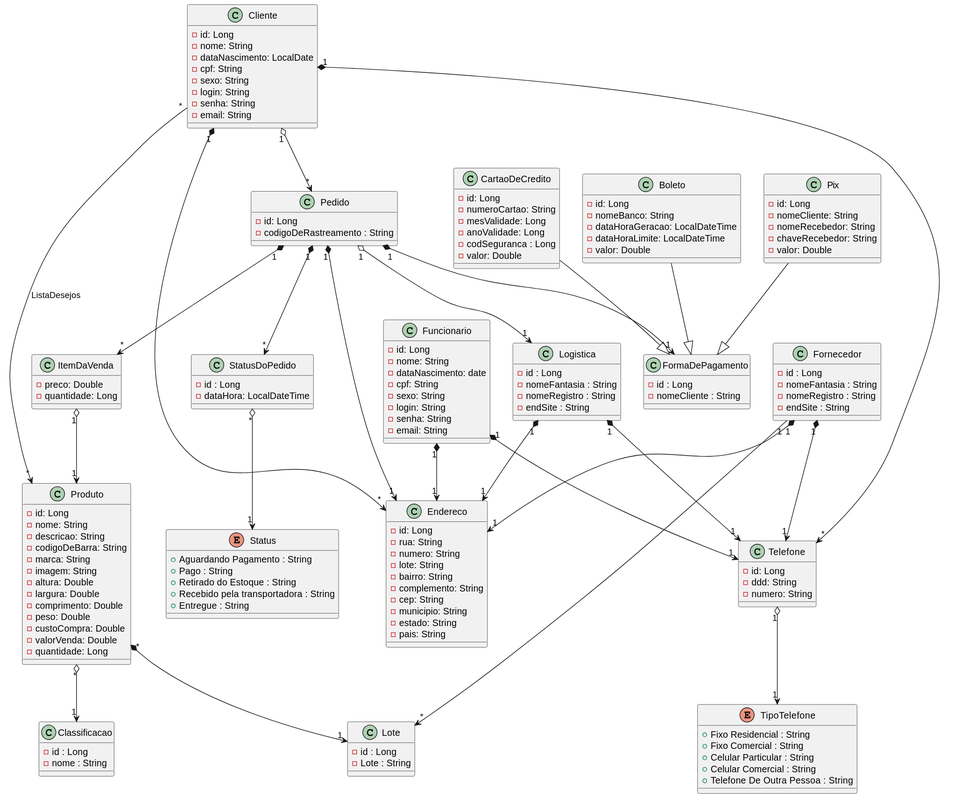
Before: out/src/desenho/Desenho.svg, a diagram exported from PlantUML (danielmariae/hardstop). Source of this version:
```plantuml
@startuml Desenho

class Endereco {
    - id: Long
    - rua: String
    - numero: String
    - lote: String
    - bairro: String
    - complemento: String
    - cep: String
    - municipio: String
    - estado: String
    - pais: String
}

class Telefone {
    - id: Long
    - ddd: String
    - numero: String
}

class Cliente {
    - id: Long
    - nome: String
    - dataNascimento: LocalDate
    - cpf: String
    - sexo: String
    - login: String
    - senha: String
    - email: String
}

class Funcionario {
    - id: Long
    - nome: String
    - dataNascimento: date
    - cpf: String
    - sexo: String
    - login: String
    - senha: String
    - email: String
}

class Produto {
    - id: Long
    - nome: String
    - descricao: String
    - codigoDeBarra: String
    - marca: String
    - imagem: String
    - altura: Double
    - largura: Double
    - comprimento: Double
    - peso: Double
    - custoCompra: Double
    - valorVenda: Double
    - quantidade: Long
}

class Lote {
    - id : Long
    - Lote : String
}

class Pedido {
    - id: Long
    - codigoDeRastreamento : String
}

class ItemDaVenda {
    - preco: Double
    - quantidade: Long
}

class Pix {
    - id: Long
    - nomeCliente: String
    - nomeRecebedor: String
    - chaveRecebedor: String
    - valor: Double
}

class CartaoDeCredito {
    - id: Long
    - numeroCartao: String
    - mesValidade: Long
    - anoValidade: Long
    - codSeguranca : Long
    - valor: Double
}

class Boleto {
    - id: Long
    - nomeBanco: String
    - dataHoraGeracao: LocalDateTime
    - dataHoraLimite: LocalDateTime
    - valor: Double
}

class FormaDePagamento {
    - id : Long
    - nomeCliente : String
}

enum Status {
    + Aguardando Pagamento : String
    + Pago : String
    + Retirado do Estoque : String
    + Recebido pela transportadora : String
    + Entregue : String
}

enum TipoTelefone {
    + Fixo Residencial : String
    + Fixo Comercial : String
    + Celular Particular : String
    + Celular Comercial : String
    + Telefone De Outra Pessoa : String
}

class StatusDoPedido {
    - id : Long
    - dataHora: LocalDateTime
}

class Logistica {
    - id : Long
    - nomeFantasia : String
    - nomeRegistro : String
    - endSite : String
}

class Fornecedor {
    - id : Long
    - nomeFantasia : String
    - nomeRegistro : String
    - endSite : String
}

class Classificacao {
    - id : Long
    - nome : String
}

Cliente "1" *--> "*" Endereco
Cliente "1" *--> "*" Telefone
Funcionario "1" *--> "1" Endereco
Funcionario "1" *--> "1" Telefone
Pedido "1" *--> "1" Endereco
Pedido "1" *--> "*" ItemDaVenda
ItemDaVenda "1" o--> "1" Produto
Cliente "*" --> "*" Produto : ListaDesejos
Pix  --|> FormaDePagamento
CartaoDeCredito --|> FormaDePagamento
Boleto --|> FormaDePagamento
Pedido "1" *--> "*" StatusDoPedido
StatusDoPedido "*" o--> "1" Status
Telefone "1" o--> "1" TipoTelefone
Cliente "1" o--> "*" Pedido
Produto "*" o--> "1" Classificacao
Pedido "1" *--> "1" FormaDePagamento
Pedido "1" o--> "1" Logistica
Produto "*" *--> "1" Lote
Fornecedor "1" --> "*" Lote
Logistica "1" *--> "1" Endereco
Logistica "1" *--> "1" Telefone
Fornecedor "1" *--> "1" Endereco
Fornecedor "1" *--> "1" Telefone

@enduml
```
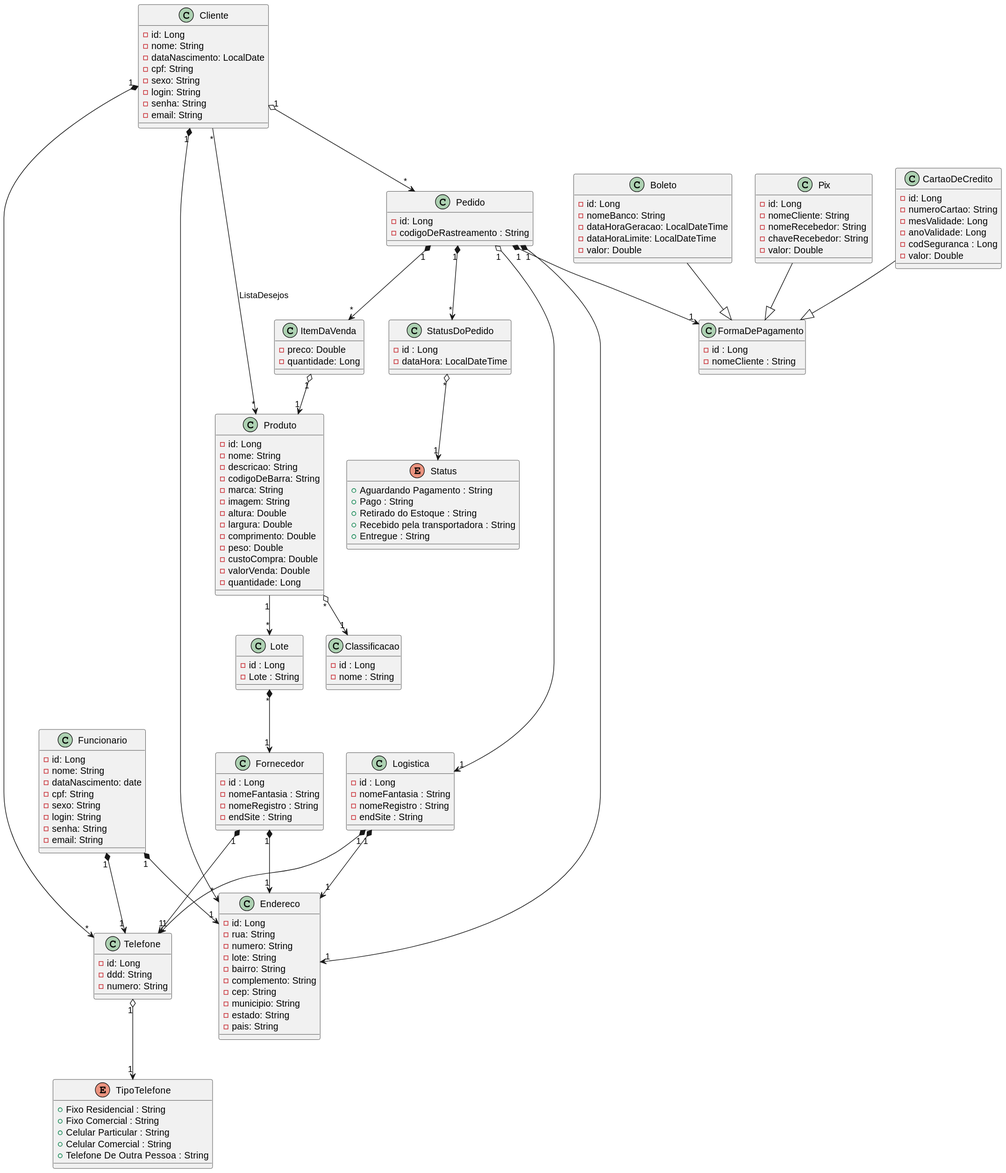
The same diagram one commit later.

What changed in the source:
```diff
@@ -160,8 +160,8 @@
 Produto "*" o--> "1" Classificacao
 Pedido "1" *--> "1" FormaDePagamento
 Pedido "1" o--> "1" Logistica
-Produto "*" *--> "1" Lote
-Fornecedor "1" --> "*" Lote
+Produto "1" --> "*" Lote
+Lote "*" *--> "1" Fornecedor
 Logistica "1" *--> "1" Endereco
 Logistica "1" *--> "1" Telefone
 Fornecedor "1" *--> "1" Endereco
```
